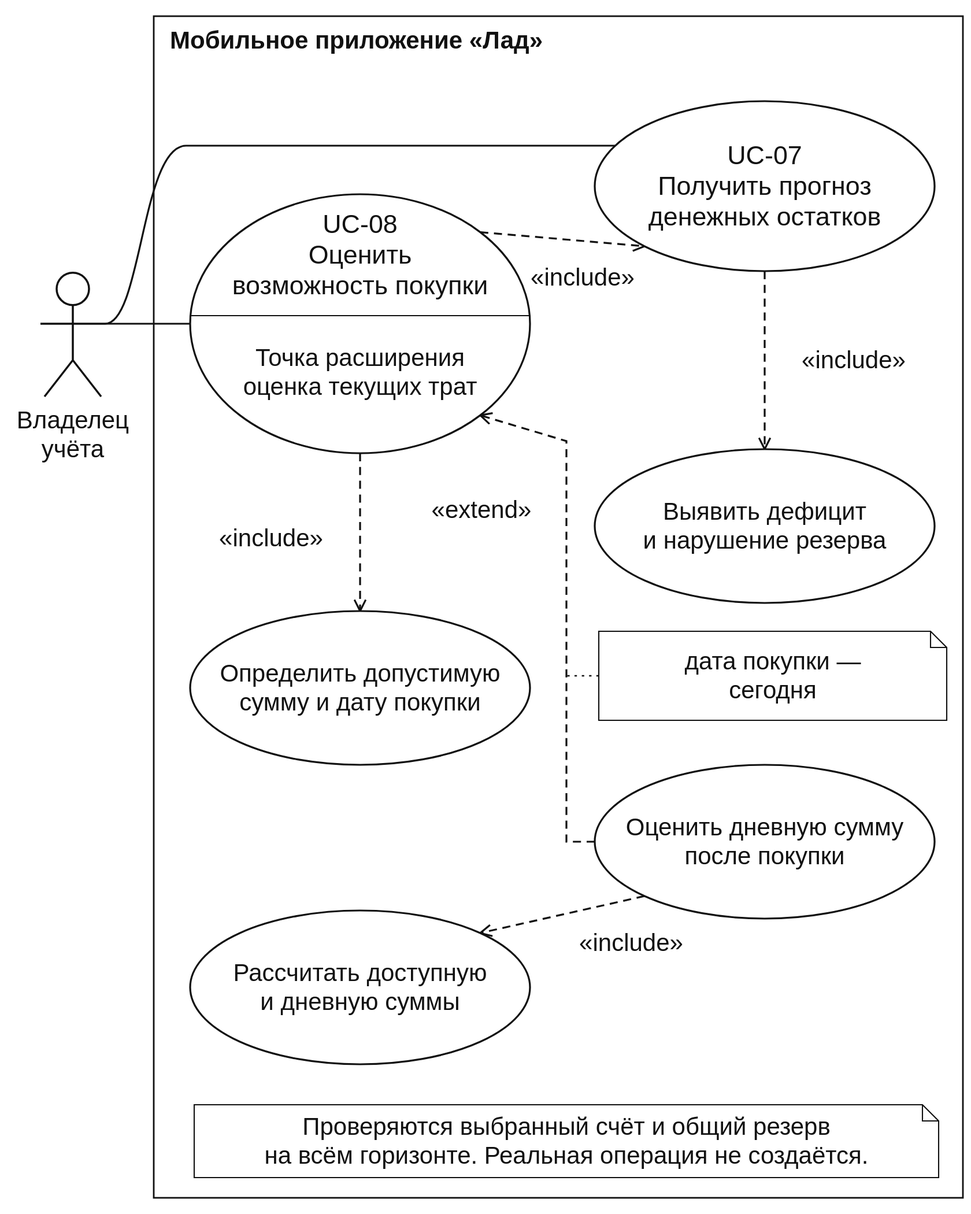
Tiroras/lad-finance keeps this PlantUML diagram as output/thesis/figures/02-use-cases-purchase.svg. Above is the earlier version. Its source is kept beside it as output/thesis/figures/02-use-cases-purchase.puml. Its diagram source:
```plantuml
@startuml
skinparam monochrome true
skinparam shadowing false
skinparam defaultFontName Arial
skinparam defaultFontSize 16
actor "Владелец учёта" as Owner
rectangle "Мобильное приложение Лад" {
  usecase "UC-08\nОценить\nвозможность покупки\n--\nТочка расширения\nоценка текущих трат" as U8
  usecase "UC-07\nПолучить прогноз\nденежных остатков" as U7
  usecase "Выявить дефицит\nи нарушение резерва" as H11
  usecase "Определить допустимую\nсумму и дату покупки" as H12
  usecase "Оценить дневную сумму\nпосле покупки" as H13
  usecase "Рассчитать доступную\nи дневную суммы" as H14
}
Owner -- U8
Owner -- U7
U8 ..> U7 : <<include>>
U7 ..> H11 : <<include>>
U8 ..> H12 : <<include>>
H13 ..> U8 : <<extend>>
note on link
дата покупки — сегодня
end note
H13 ..> H14 : <<include>>
note "Проверяются выбранный счёт и общий резерв\nна всём горизонте. Реальная операция не создаётся." as N1
@enduml
```
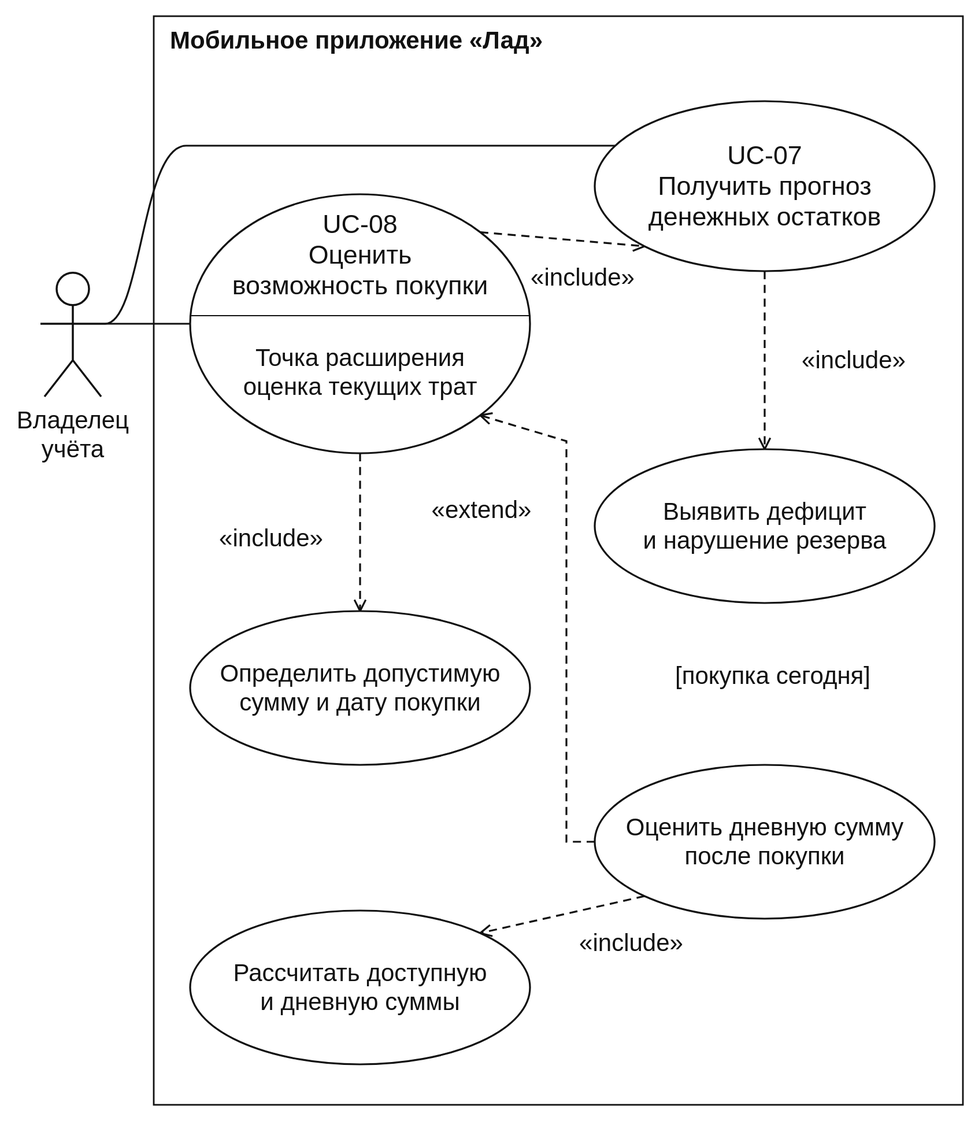
The same file after the commit.

Change to the diagram source:
```diff
@@ -17,10 +17,6 @@
 U8 ..> U7 : <<include>>
 U7 ..> H11 : <<include>>
 U8 ..> H12 : <<include>>
-H13 ..> U8 : <<extend>>
-note on link
-дата покупки — сегодня
-end note
+H13 ..> U8 : <<extend>>\n[дата покупки — сегодня]
 H13 ..> H14 : <<include>>
-note "Проверяются выбранный счёт и общий резерв\nна всём горизонте. Реальная операция не создаётся." as N1
 @enduml
```
